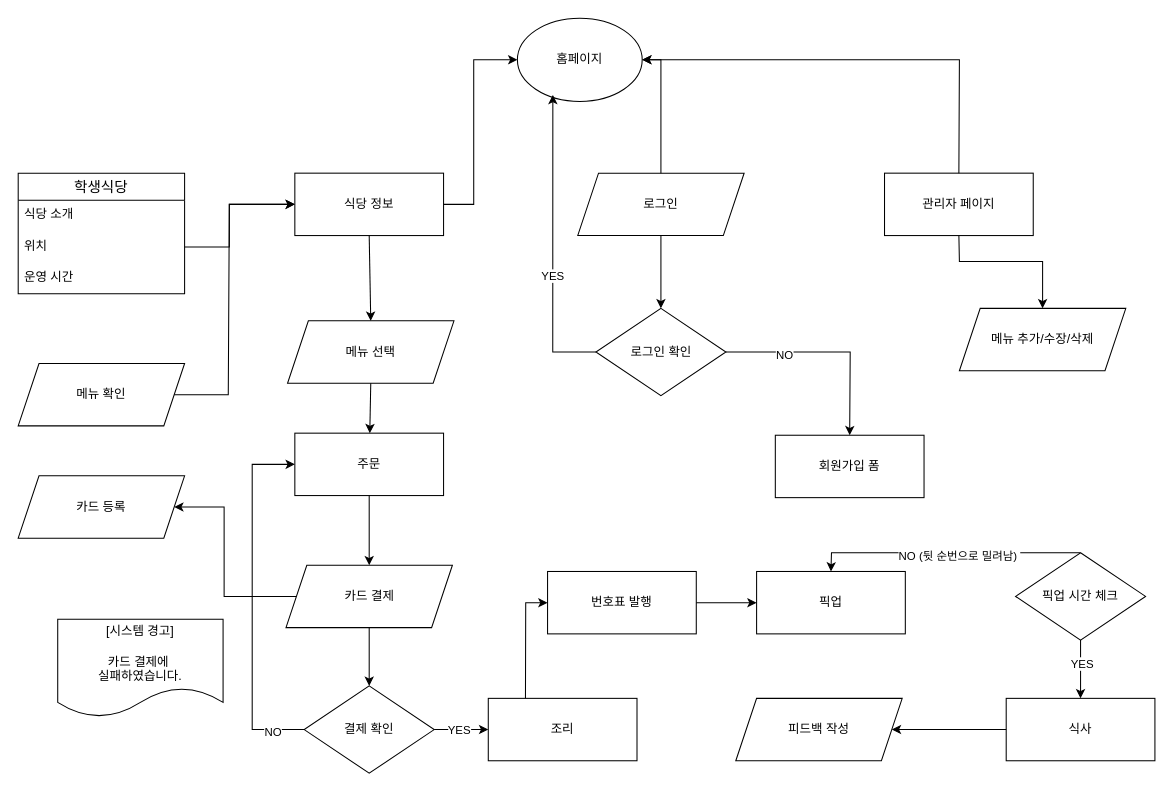
The draw.io diagram student_cafeteria/flowchart2.drawio in four-idiots-team/student-cafteria-ticket-vending, before the edit. Source tidied: cells renumbered, new cells numbered last; positions are measured from the earlier drawing's top-left corner, leaving out a move shared by most shapes. Both pictures are drawn from the tidied source at 104%, with x=0, y=0 at pixel (18, 18).
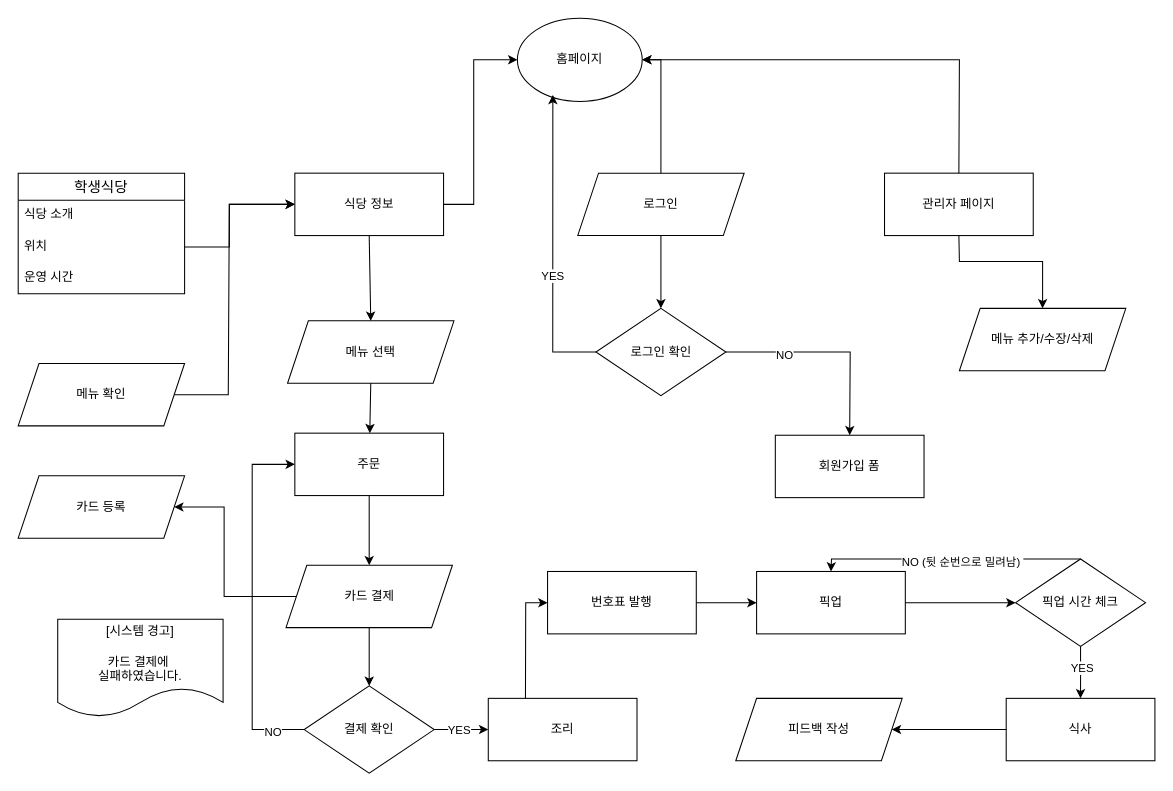
The same page after the edit.

Unchanged cells that the change refers to:
```xml
<mxCell id="19" value="픽업" style="rounded=0;whiteSpace=wrap;html=1;strokeColor=default;align=center;verticalAlign=middle;fontFamily=Helvetica;fontSize=12;fontColor=default;fillColor=default;" parent="1" vertex="1">
  <mxGeometry x="710" y="532" width="143" height="60" as="geometry" />
</mxCell>
```

The edit, as a diff of the source:
```diff
@@
     <mxCell id="23" value="픽업 시간 체크" style="rhombus;whiteSpace=wrap;html=1;strokeColor=default;align=center;verticalAlign=middle;fontFamily=Helvetica;fontSize=12;fontColor=default;fillColor=default;" parent="1" vertex="1">
-      <mxGeometry x="959" y="514" width="125" height="84" as="geometry" />
+      <mxGeometry x="959" y="520" width="125" height="84" as="geometry" />
     </mxCell>
@@
     <mxCell id="45" style="endArrow=classic;html=1;rounded=0;entryX=0.5;entryY=0;entryDx=0;entryDy=0;exitX=0.5;exitY=0;exitDx=0;exitDy=0;" parent="1" edge="1" source="23" target="19">
       <mxGeometry relative="1" as="geometry">
         <Array as="points">
-          <mxPoint x="782" y="514" />
+          <mxPoint x="782" y="520" />
         </Array>
       </mxGeometry>
     </mxCell>
@@
+    <mxCell id="53" style="endArrow=classic;html=1;rounded=0;entryX=0;entryY=0.5;entryDx=0;entryDy=0;exitX=1;exitY=0.5;exitDx=0;exitDy=0;" parent="1" edge="1" source="19" target="23">
+      <mxGeometry relative="1" as="geometry" />
+    </mxCell>
```
